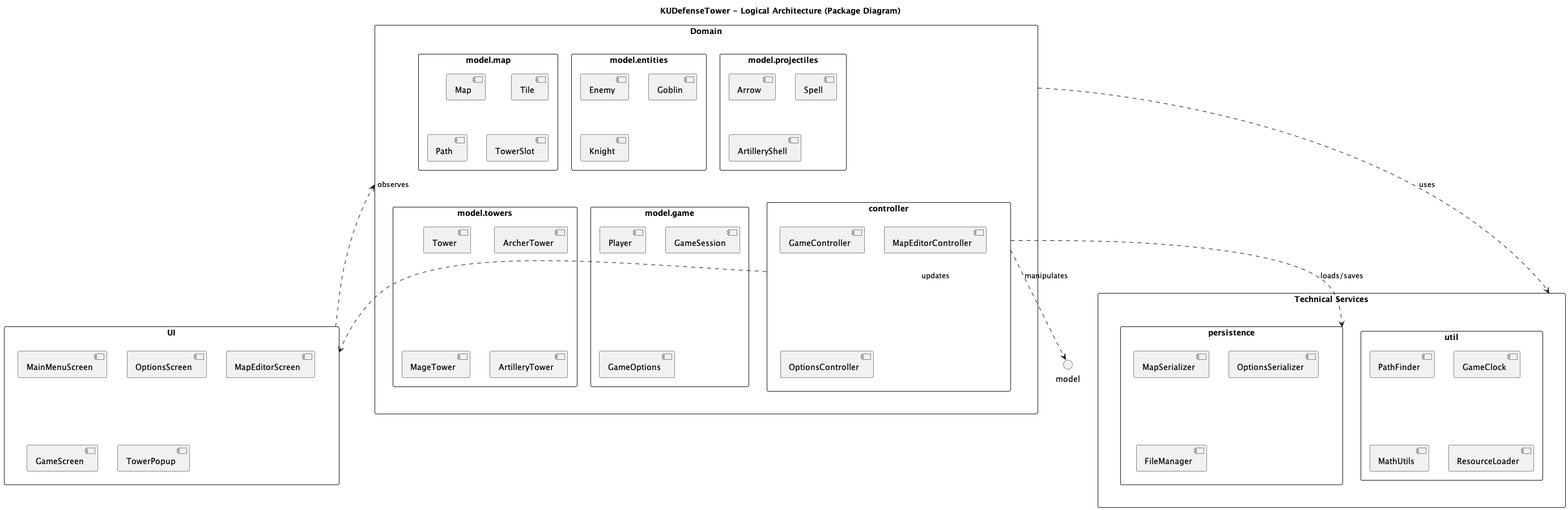
Above: D1-artifacts/package_diagram/KUDefenseTower_PackageDiagram.png in ValentinPy1/KUTowerDefense (PlantUML), before the change.
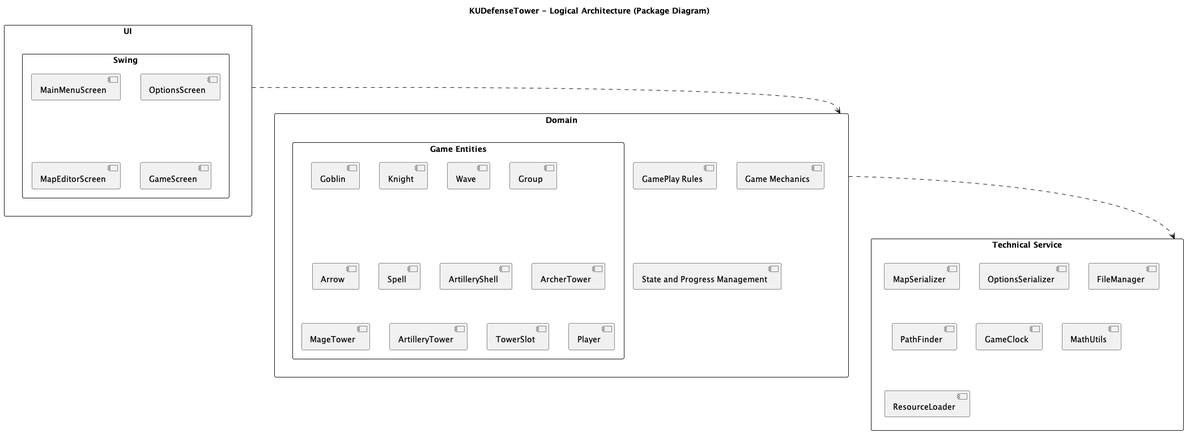
After the commit.

Commit message:
i fixed and added updated UML package diagram PNG

The edit, as a diff of the source:
```diff
@@ -4,72 +4,48 @@
 title KUDefenseTower - Logical Architecture (Package Diagram)
 
 package "UI" {
-  [MainMenuScreen]
-  [OptionsScreen]
-  [MapEditorScreen]
-  [GameScreen]
-  [TowerPopup]
+  package "Swing" {
+    [MainMenuScreen]
+    [OptionsScreen]
+    [MapEditorScreen]
+    [GameScreen]
+  }
+
+
 }
 
 package "Domain" {
-  package "model.map" {
-    [Map]
-    [Tile]
-    [Path]
-    [TowerSlot]
-  }
-
-  package "model.entities" {
-    [Enemy]
+  package "Game Entities" {
     [Goblin]
     [Knight]
-  }
-
-  package "model.projectiles" {
+    [Wave]
+    [Group]
     [Arrow]
     [Spell]
     [ArtilleryShell]
-  }
-
-  package "model.towers" {
-    [Tower]
     [ArcherTower]
     [MageTower]
     [ArtilleryTower]
+    [TowerSlot]
+    [Player]
   }
 
-  package "model.game" {
-    [Player]
-    [GameSession]
-    [GameOptions]
-  }
-
-  package "controller" {
-    [GameController]
-    [MapEditorController]
-    [OptionsController]
-  }
+  [GamePlay Rules]
+  [Game Mechanics]
+  [State and Progress Management]
 }
 
-package "Technical Services" {
-  package "persistence" {
-    [MapSerializer]
-    [OptionsSerializer]
-    [FileManager]
-  }
-
-  package "util" {
-    [PathFinder]
-    [GameClock]
-    [MathUtils]
-    [ResourceLoader]
-  }
+package "Technical Service" {
+  [MapSerializer]
+  [OptionsSerializer]
+  [FileManager]
+  [PathFinder]
+  [GameClock]
+  [MathUtils]
+  [ResourceLoader]
 }
 
-"UI" ..> "Domain" : observes
-"Domain" ..> "Technical Services" : uses
-"controller" ..> "UI" : updates
-"controller" ..> "model" : manipulates
-"controller" ..> "persistence" : loads/saves
+"UI" ..> "Domain"
+"Domain" ..> "Technical Service"
 
 @enduml
```
